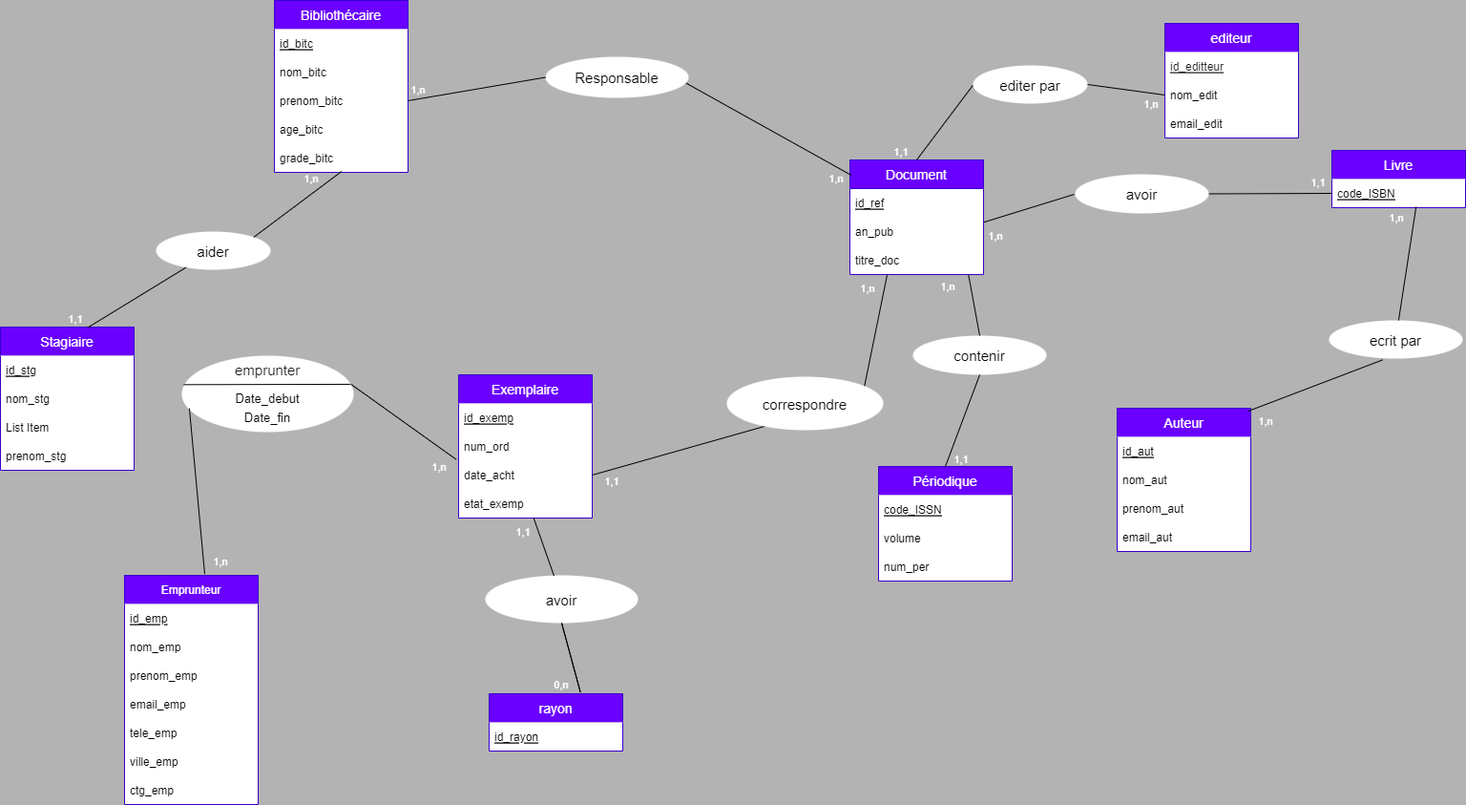
Above: SIGB/MDC.png in grainme/Library_SIGB (draw.io), before the change. Source tidied: cells renumbered, new cells last; positions are measured from the earlier drawing's top-left corner, leaving out a move shared by most shapes.
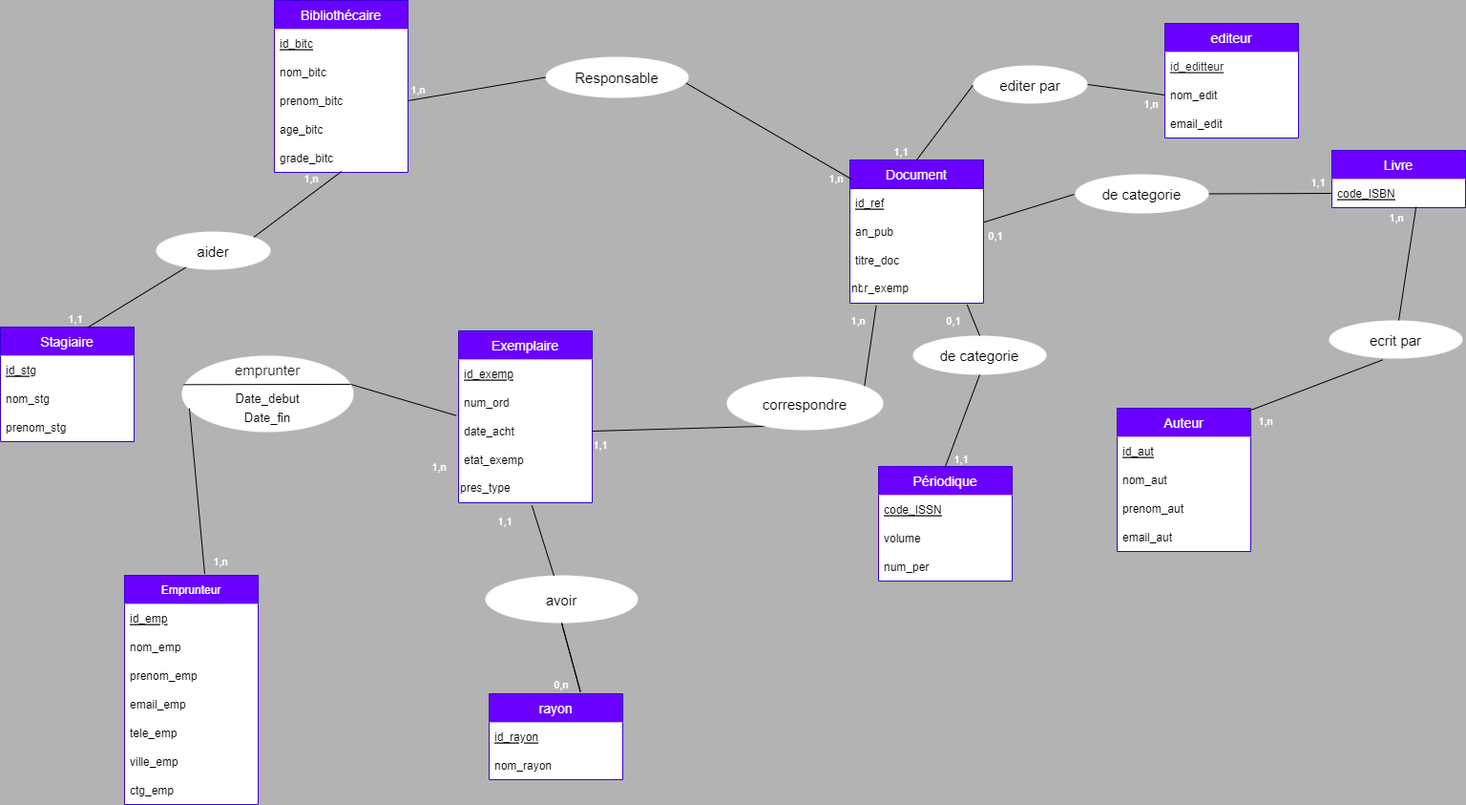
The same diagram one commit later.

Change to the diagram source:
```diff
@@ -45,7 +45,7 @@
       <mxGeometry y="210" width="140" height="30" as="geometry" />
     </mxCell>
     <mxCell id="16" value="Document" style="swimlane;fontStyle=0;horizontal=1;startSize=30;rounded=0;fontSize=14;fillColor=#6a00ff;fontColor=#ffffff;strokeColor=#3700CC;swimlaneLine=1;swimlaneFillColor=#FFFFFF;" parent="1" vertex="1">
-      <mxGeometry x="890" y="167" width="140" height="120" as="geometry" />
+      <mxGeometry x="890" y="167" width="140" height="150" as="geometry" />
     </mxCell>
     <mxCell id="17" value="id_ref" style="text;strokeColor=none;fillColor=none;align=left;verticalAlign=middle;spacingLeft=4;spacingRight=4;overflow=hidden;fontStyle=4;rounded=1;" parent="16" vertex="1">
       <mxGeometry y="30" width="140" height="30" as="geometry" />
@@ -56,6 +56,9 @@
     <mxCell id="19" value="titre_doc" style="text;strokeColor=none;fillColor=none;align=left;verticalAlign=middle;spacingLeft=4;spacingRight=4;overflow=hidden;points=[[0,0.5],[1,0.5]];portConstraint=eastwest;rounded=1;" parent="16" vertex="1">
       <mxGeometry y="90" width="140" height="30" as="geometry" />
     </mxCell>
+    <mxCell id="97" value="nbr_exemp" style="text;html=1;strokeColor=none;fillColor=none;align=left;verticalAlign=middle;whiteSpace=wrap;rounded=0;" parent="16" vertex="1">
+      <mxGeometry y="120" width="140" height="30" as="geometry" />
+    </mxCell>
     <mxCell id="20" value="editeur" style="swimlane;fontStyle=0;horizontal=1;startSize=30;rounded=0;fontSize=14;fillColor=#6a00ff;fontColor=#ffffff;strokeColor=#3700CC;swimlaneLine=0;swimlaneFillColor=#FFFFFF;" parent="1" vertex="1">
       <mxGeometry x="1220" y="24" width="140" height="120" as="geometry" />
     </mxCell>
@@ -84,7 +87,7 @@
       <mxGeometry y="120" width="140" height="30" as="geometry" />
     </mxCell>
     <mxCell id="29" value="Stagiaire" style="swimlane;fontStyle=0;horizontal=1;startSize=30;rounded=0;fontSize=14;fillColor=#6a00ff;swimlaneLine=0;strokeColor=#3700CC;swimlaneFillColor=#FFFFFF;fontColor=#ffffff;" parent="1" vertex="1">
-      <mxGeometry y="342" width="140" height="150" as="geometry" />
+      <mxGeometry y="342" width="140" height="120" as="geometry" />
     </mxCell>
     <mxCell id="30" value="id_stg" style="text;strokeColor=none;fillColor=none;align=left;verticalAlign=middle;spacingLeft=4;spacingRight=4;overflow=hidden;rounded=1;fontStyle=4;" parent="29" vertex="1">
       <mxGeometry y="30" width="140" height="30" as="geometry" />
@@ -92,14 +95,11 @@
     <mxCell id="31" value="nom_stg" style="text;strokeColor=none;fillColor=none;align=left;verticalAlign=middle;spacingLeft=4;spacingRight=4;overflow=hidden;rounded=1;" parent="29" vertex="1">
       <mxGeometry y="60" width="140" height="30" as="geometry" />
     </mxCell>
-    <mxCell id="32" value="List Item" style="text;strokeColor=none;fillColor=none;align=left;verticalAlign=middle;spacingLeft=4;spacingRight=4;overflow=hidden;rounded=1;" parent="29" vertex="1">
-      <mxGeometry y="90" width="140" height="30" as="geometry" />
-    </mxCell>
     <mxCell id="33" value="prenom_stg" style="text;strokeColor=none;fillColor=none;align=left;verticalAlign=middle;spacingLeft=4;spacingRight=4;overflow=hidden;rounded=1;" parent="29" vertex="1">
-      <mxGeometry y="120" width="140" height="30" as="geometry" />
+      <mxGeometry y="90" width="140" height="30" as="geometry" />
     </mxCell>
     <mxCell id="34" value="Exemplaire" style="swimlane;fontStyle=0;horizontal=1;startSize=30;rounded=0;fontSize=14;fillColor=#6a00ff;swimlaneLine=0;strokeColor=#3700CC;swimlaneFillColor=#FFFFFF;fontColor=#ffffff;" parent="1" vertex="1">
-      <mxGeometry x="480" y="392" width="140" height="150" as="geometry" />
+      <mxGeometry x="480" y="346" width="140" height="180" as="geometry" />
     </mxCell>
     <mxCell id="35" value="id_exemp" style="text;strokeColor=none;fillColor=none;align=left;verticalAlign=middle;spacingLeft=4;spacingRight=4;overflow=hidden;fontStyle=4;rounded=1;" parent="34" vertex="1">
       <mxGeometry y="30" width="140" height="30" as="geometry" />
@@ -113,6 +113,9 @@
     <mxCell id="38" value="etat_exemp" style="text;strokeColor=none;fillColor=none;align=left;verticalAlign=middle;spacingLeft=4;spacingRight=4;overflow=hidden;rounded=1;" parent="34" vertex="1">
       <mxGeometry y="120" width="140" height="30" as="geometry" />
     </mxCell>
+    <mxCell id="98" value="pres_type" style="text;html=1;strokeColor=none;fillColor=none;align=left;verticalAlign=middle;whiteSpace=wrap;rounded=0;" parent="34" vertex="1">
+      <mxGeometry y="150" width="140" height="30" as="geometry" />
+    </mxCell>
     <mxCell id="39" value="Bibliothécaire" style="swimlane;fontStyle=0;horizontal=1;startSize=30;rounded=0;fontSize=14;fillColor=#6a00ff;arcSize=0;swimlaneLine=0;strokeColor=#3700CC;swimlaneFillColor=#FFFFFF;fontColor=#ffffff;" parent="1" vertex="1">
       <mxGeometry x="287" width="140" height="180" as="geometry" />
     </mxCell>
@@ -132,15 +135,18 @@
       <mxGeometry y="150" width="140" height="30" as="geometry" />
     </mxCell>
     <mxCell id="45" value="rayon" style="swimlane;fontStyle=0;horizontal=1;startSize=30;rounded=0;fontSize=14;fillColor=#6a00ff;swimlaneLine=0;strokeColor=#3700CC;swimlaneFillColor=#FFFFFF;fontColor=#ffffff;" parent="1" vertex="1">
-      <mxGeometry x="512" y="726" width="140" height="60" as="geometry" />
+      <mxGeometry x="512" y="726" width="140" height="90" as="geometry" />
     </mxCell>
     <mxCell id="46" value="id_rayon" style="text;strokeColor=none;fillColor=none;align=left;verticalAlign=middle;spacingLeft=4;spacingRight=4;overflow=hidden;rounded=1;fontStyle=4;" parent="45" vertex="1">
       <mxGeometry y="30" width="140" height="30" as="geometry" />
     </mxCell>
+    <mxCell id="99" value="nom_rayon" style="text;strokeColor=none;fillColor=none;align=left;verticalAlign=middle;spacingLeft=4;spacingRight=4;overflow=hidden;" parent="45" vertex="1">
+      <mxGeometry y="60" width="140" height="30" as="geometry" />
+    </mxCell>
     <mxCell id="47" style="endArrow=none;html=1;fontSize=13;fontColor=#FFF2F2;exitX=1;exitY=0.5;exitDx=0;exitDy=0;curved=1;rounded=1;entryX=0.244;entryY=0.926;entryDx=0;entryDy=0;entryPerimeter=0;" parent="1" edge="1" source="37" target="74">
       <mxGeometry relative="1" as="geometry" />
     </mxCell>
-    <mxCell id="48" style="endArrow=none;html=1;fontSize=13;fontColor=#FFF2F2;entryX=0.278;entryY=1.026;entryDx=0;entryDy=0;entryPerimeter=0;curved=1;rounded=1;exitX=0.879;exitY=0.185;exitDx=0;exitDy=0;exitPerimeter=0;" parent="1" edge="1" source="74" target="19">
+    <mxCell id="48" style="endArrow=none;html=1;fontSize=13;fontColor=#FFF2F2;entryX=0.197;entryY=1.08;entryDx=0;entryDy=0;entryPerimeter=0;curved=1;rounded=1;exitX=0.879;exitY=0.185;exitDx=0;exitDy=0;exitPerimeter=0;" parent="1" edge="1" source="74" target="97">
       <mxGeometry relative="1" as="geometry" />
     </mxCell>
     <mxCell id="49" style="ellipse;fontSize=15;fontColor=default;rounded=1;labelBackgroundColor=none;fillColor=default;strokeColor=none;fontStyle=0;align=center;sketch=0;" parent="1" vertex="1">
@@ -197,10 +203,10 @@
     <mxCell id="66" style="endArrow=none;html=1;rounded=1;fontSize=15;fontColor=#FCF0F0;curved=1;entryX=1;entryY=0.5;entryDx=0;entryDy=0;exitX=0;exitY=0.5;exitDx=0;exitDy=0;" parent="1" edge="1" source="22" target="64">
       <mxGeometry relative="1" as="geometry" />
     </mxCell>
-    <mxCell id="67" value="contenir" style="ellipse;rounded=1;fontSize=15;fontColor=default;labelBackgroundColor=none;fillColor=default;strokeColor=none;fontStyle=0;align=center;sketch=0;" parent="1" vertex="1">
+    <mxCell id="67" value="de categorie" style="ellipse;rounded=1;fontSize=15;fontColor=default;labelBackgroundColor=none;fillColor=default;strokeColor=none;fontStyle=0;align=center;sketch=0;" parent="1" vertex="1">
       <mxGeometry x="956" y="351" width="140" height="41" as="geometry" />
     </mxCell>
-    <mxCell id="68" style="endArrow=none;html=1;rounded=1;fontSize=13;fontColor=#FCF0F0;curved=1;entryX=0.888;entryY=1.02;entryDx=0;entryDy=0;entryPerimeter=0;exitX=0.5;exitY=0;exitDx=0;exitDy=0;" parent="1" edge="1" source="67" target="19">
+    <mxCell id="68" style="endArrow=none;html=1;rounded=1;fontSize=13;fontColor=#FCF0F0;curved=1;entryX=0.877;entryY=1.053;entryDx=0;entryDy=0;entryPerimeter=0;exitX=0.5;exitY=0;exitDx=0;exitDy=0;" parent="1" edge="1" source="67" target="97">
       <mxGeometry relative="1" as="geometry" />
     </mxCell>
     <mxCell id="69" style="endArrow=none;html=1;rounded=1;fontSize=13;fontColor=#FCF0F0;curved=1;entryX=0.5;entryY=1;entryDx=0;entryDy=0;exitX=0.5;exitY=0;exitDx=0;exitDy=0;" parent="1" edge="1" source="4" target="67">
@@ -230,7 +236,7 @@
     <mxCell id="77" value="1,n" style="text;html=1;strokeColor=none;fillColor=none;align=center;verticalAlign=middle;whiteSpace=wrap;rounded=0;labelBackgroundColor=none;fontSize=11;fontColor=#FFFFFF;" parent="1" vertex="1">
       <mxGeometry x="1187" y="99" width="38" height="19" as="geometry" />
     </mxCell>
-    <mxCell id="78" value="1,n" style="text;html=1;strokeColor=none;fillColor=none;align=center;verticalAlign=middle;whiteSpace=wrap;rounded=0;labelBackgroundColor=none;fontSize=11;fontColor=#FFFFFF;" parent="1" vertex="1">
+    <mxCell id="78" value="0,1" style="text;html=1;strokeColor=none;fillColor=none;align=center;verticalAlign=middle;whiteSpace=wrap;rounded=0;labelBackgroundColor=none;fontSize=11;fontColor=#FFFFFF;" parent="1" vertex="1">
       <mxGeometry x="1024" y="237" width="38" height="19" as="geometry" />
     </mxCell>
     <mxCell id="79" value="1,n" style="text;html=1;strokeColor=none;fillColor=none;align=center;verticalAlign=middle;whiteSpace=wrap;rounded=0;labelBackgroundColor=none;fontSize=11;fontColor=#FFFFFF;" parent="1" vertex="1">
@@ -240,10 +246,10 @@
       <mxGeometry x="890" y="292" width="38" height="19" as="geometry" />
     </mxCell>
     <mxCell id="81" value="1,1" style="text;html=1;strokeColor=none;fillColor=none;align=center;verticalAlign=middle;whiteSpace=wrap;rounded=0;labelBackgroundColor=none;fontSize=11;fontColor=#FFFFFF;" parent="1" vertex="1">
-      <mxGeometry x="622" y="494" width="38" height="19" as="geometry" />
+      <mxGeometry x="610" y="456" width="38" height="19" as="geometry" />
     </mxCell>
     <mxCell id="82" value="1,1" style="text;html=1;strokeColor=none;fillColor=none;align=center;verticalAlign=middle;whiteSpace=wrap;rounded=0;labelBackgroundColor=none;fontSize=11;fontColor=#FFFFFF;" parent="1" vertex="1">
-      <mxGeometry x="529" y="547" width="38" height="19" as="geometry" />
+      <mxGeometry x="510" y="526" width="38" height="40" as="geometry" />
     </mxCell>
     <mxCell id="83" value="0,n" style="text;html=1;strokeColor=none;fillColor=none;align=center;verticalAlign=middle;whiteSpace=wrap;rounded=0;labelBackgroundColor=none;fontSize=11;fontColor=#FFFFFF;" parent="1" vertex="1">
       <mxGeometry x="569" y="707" width="38" height="19" as="geometry" />
@@ -254,8 +260,8 @@
     <mxCell id="85" value="1,n" style="text;html=1;strokeColor=none;fillColor=none;align=center;verticalAlign=middle;whiteSpace=wrap;rounded=0;labelBackgroundColor=none;fontSize=11;fontColor=#FFFFFF;" parent="1" vertex="1">
       <mxGeometry x="441" y="479" width="38" height="19" as="geometry" />
     </mxCell>
-    <mxCell id="86" value="1,n" style="text;html=1;strokeColor=none;fillColor=none;align=center;verticalAlign=middle;whiteSpace=wrap;rounded=0;labelBackgroundColor=none;fontSize=11;fontColor=#FFFFFF;" parent="1" vertex="1">
-      <mxGeometry x="974" y="290" width="38" height="19" as="geometry" />
+    <mxCell id="86" value="0,1" style="text;html=1;strokeColor=none;fillColor=none;align=center;verticalAlign=middle;whiteSpace=wrap;rounded=0;labelBackgroundColor=none;fontSize=11;fontColor=#FFFFFF;" parent="1" vertex="1">
+      <mxGeometry x="980" y="326" width="38" height="19" as="geometry" />
     </mxCell>
     <mxCell id="87" value="1,1" style="text;html=1;strokeColor=none;fillColor=none;align=center;verticalAlign=middle;whiteSpace=wrap;rounded=0;labelBackgroundColor=none;fontSize=11;fontColor=#FFFFFF;" parent="1" vertex="1">
       <mxGeometry x="988" y="471" width="38" height="19" as="geometry" />
@@ -272,7 +278,7 @@
     <mxCell id="91" value="1,n" style="text;html=1;strokeColor=none;fillColor=none;align=center;verticalAlign=middle;whiteSpace=wrap;rounded=0;labelBackgroundColor=none;fontSize=11;fontColor=#FFFFFF;" parent="1" vertex="1">
       <mxGeometry x="307" y="177" width="38" height="19" as="geometry" />
     </mxCell>
-    <mxCell id="92" value="avoir" style="ellipse;rounded=1;fontSize=15;fontColor=default;labelBackgroundColor=none;fillColor=default;strokeColor=none;fontStyle=0;align=center;sketch=0;" parent="1" vertex="1">
+    <mxCell id="92" value="de categorie" style="ellipse;rounded=1;fontSize=15;fontColor=default;labelBackgroundColor=none;fillColor=default;strokeColor=none;fontStyle=0;align=center;sketch=0;" parent="1" vertex="1">
       <mxGeometry x="1126" y="182" width="140" height="41" as="geometry" />
     </mxCell>
     <mxCell id="93" style="endArrow=none;html=1;rounded=1;fontSize=13;fontColor=#FCF0F0;curved=1;entryX=1.003;entryY=0.173;entryDx=0;entryDy=0;entryPerimeter=0;" parent="1" edge="1" target="18">
@@ -289,10 +295,11 @@
         <mxPoint x="588" y="652" as="targetPoint" />
       </mxGeometry>
     </mxCell>
-    <mxCell id="96" style="endArrow=none;html=1;rounded=1;fontSize=15;fontColor=#EDE2E2;curved=1;exitX=0.45;exitY=0.012;exitDx=0;exitDy=0;exitPerimeter=0;fillColor=none;" parent="1" edge="1" source="59">
-      <mxGeometry relative="1" as="geometry">
-        <mxPoint x="558.6" y="542" as="targetPoint" />
-      </mxGeometry>
+    <mxCell id="96" style="endArrow=none;html=1;rounded=1;fontSize=15;fontColor=#EDE2E2;curved=1;exitX=0.45;exitY=0.012;exitDx=0;exitDy=0;exitPerimeter=0;fillColor=none;entryX=0.549;entryY=1.1;entryDx=0;entryDy=0;entryPerimeter=0;" parent="1" edge="1" source="59" target="98">
+      <mxGeometry relative="1" as="geometry" />
     </mxCell>
+    <mxCell id="100" value="1,n" style="text;html=1;strokeColor=none;fillColor=none;align=center;verticalAlign=middle;whiteSpace=wrap;rounded=0;labelBackgroundColor=none;fontSize=11;fontColor=#FFFFFF;" parent="1" vertex="1">
+      <mxGeometry x="880" y="326" width="38" height="19" as="geometry" />
+    </mxCell>
   </root>
 </mxGraphModel>
```
